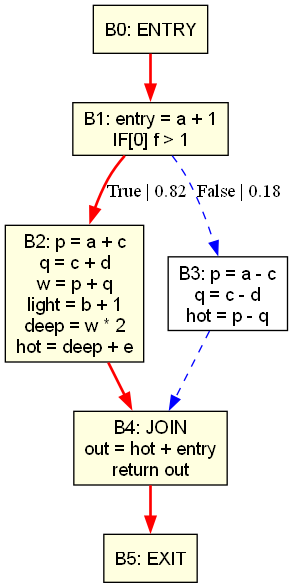
Before: TraceScheduling/optimized_trace.png, a diagram exported from Graphviz (drazicmi/Trace_scheduling_implementation). Its source is kept beside it as TraceScheduling/optimized_trace.dot.
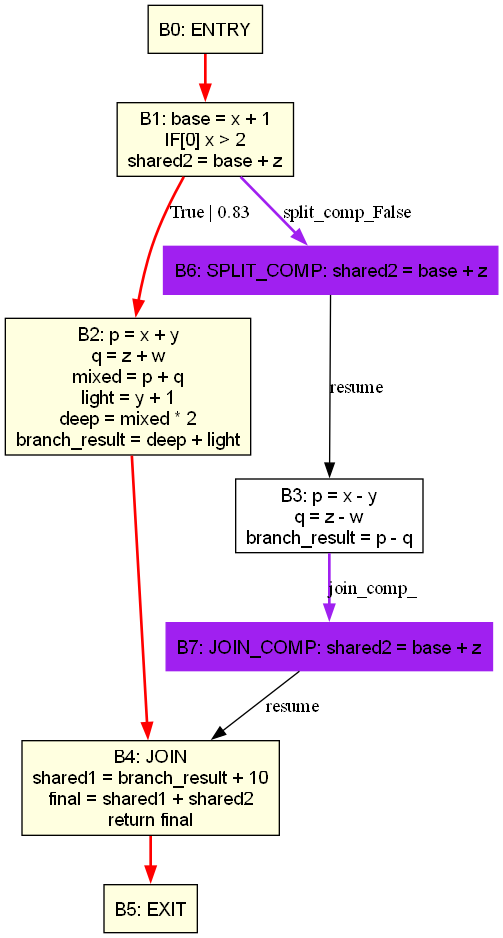
The same file after the commit.

The edit, as a diff of the source:
```diff
@@ -2,15 +2,19 @@
   rankdir=TB;
   node [shape=box, fontname=Helvetica];
   B0 [label="B0: ENTRY", style="filled", fillcolor="lightyellow"];
-  B1 [label="B1: entry = a + 1\nIF[0] f > 1", style="filled", fillcolor="lightyellow"];
-  B2 [label="B2: p = a + c\nq = c + d\nw = p + q\nlight = b + 1\ndeep = w * 2\nhot = deep + e", style="filled", fillcolor="lightyellow"];
-  B3 [label="B3: p = a - c\nq = c - d\nhot = p - q"];
-  B4 [label="B4: JOIN\nout = hot + entry\nreturn out", style="filled", fillcolor="lightyellow"];
+  B1 [label="B1: base = x + 1\nIF[0] x > 2\nshared2 = base + z", style="filled", fillcolor="lightyellow"];
+  B2 [label="B2: p = x + y\nq = z + w\nmixed = p + q\nlight = y + 1\ndeep = mixed * 2\nbranch_result = deep + light", style="filled", fillcolor="lightyellow"];
+  B3 [label="B3: p = x - y\nq = z - w\nbranch_result = p - q"];
+  B4 [label="B4: JOIN\nshared1 = branch_result + 10\nfinal = shared1 + shared2\nreturn final", style="filled", fillcolor="lightyellow"];
   B5 [label="B5: EXIT", style="filled", fillcolor="lightyellow"];
+  B6 [label="B6: SPLIT_COMP: shared2 = base + z", color="purple", style="filled", fillcolor="purple"];
+  B7 [label="B7: JOIN_COMP: shared2 = base + z", color="purple", style="filled", fillcolor="purple"];
   B0 -> B1 [color="red", penwidth=2.0];
-  B1 -> B2 [label="True | 0.82", color="red", penwidth=2.0];
-  B1 -> B3 [label="False | 0.18", color="blue", style="dashed"];
+  B1 -> B2 [label="True | 0.83", color="red", penwidth=2.0];
   B2 -> B4 [color="red", penwidth=2.0];
-  B3 -> B4 [color="blue", style="dashed"];
   B4 -> B5 [color="red", penwidth=2.0];
+  B1 -> B6 [label="split_comp_False", color="purple", penwidth=2.0];
+  B6 -> B3 [label="resume"];
+  B3 -> B7 [label="join_comp_", color="purple", penwidth=2.0];
+  B7 -> B4 [label="resume"];
 }
```
